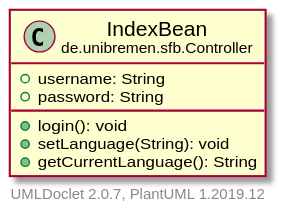
fkehlenb/softwareprojekt-2 keeps this PlantUML diagram as doc/UML/modulsichtSVG/IndexBean.svg. Above is the earlier version. Its diagram source:
```plantuml
@startuml
    set namespaceSeparator none
    hide empty fields
    hide empty methods

    class "<size:14>IndexBean\n<size:10>de.unibremen.sfb.Controller" as de.unibremen.sfb.Controller.IndexBean [[IndexBean.html]] {
        +username: String
        +password: String
        +login(): void
        +setLanguage(String): void
        +getCurrentLanguage(): String
    }

    center footer UMLDoclet 2.0.7, PlantUML 1.2019.12
@enduml
```
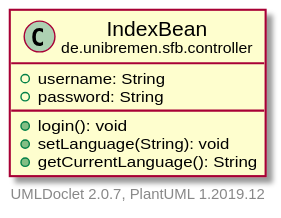
After the change.

Change to the diagram source:
```diff
@@ -3,7 +3,7 @@
     hide empty fields
     hide empty methods
 
-    class "<size:14>IndexBean\n<size:10>de.unibremen.sfb.Controller" as de.unibremen.sfb.Controller.IndexBean [[IndexBean.html]] {
+    class "<size:14>IndexBean\n<size:10>de.unibremen.sfb.controller" as de.unibremen.sfb.controller.IndexBean [[IndexBean.html]] {
         +username: String
         +password: String
         +login(): void
```
